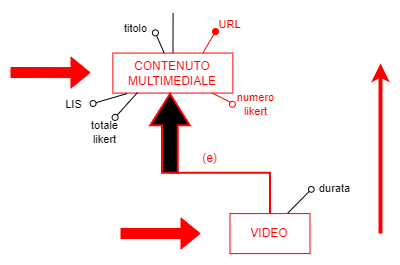
Earlier version of the draw.io export Progetto Esame - DBSperimentazioni A.A. 2023-2024/Immagini/ridondanze/2.3.1.1_schema1b.png (Mattron2000/Basi_di_dati). Source tidied: cells renumbered, new cells last; positions are measured from the earlier drawing's top-left corner, leaving out a move shared by most shapes. Its diagram source:
```xml
<mxGraphModel background="#FFFFFF">
  <root>
    <mxCell id="0" />
    <mxCell id="1" parent="0" />
    <mxCell id="2" style="edgeStyle=none;html=1;endArrow=none;endFill=0;" parent="1" edge="1" target="3">
      <mxGeometry x="-0.48" y="20" relative="1" as="geometry">
        <mxPoint x="162.6" y="2.5" as="sourcePoint" />
      </mxGeometry>
    </mxCell>
    <mxCell id="3" value="&lt;font color=&quot;#ff0000&quot;&gt;CONTENUTO&lt;br&gt;MULTIMEDIALE&lt;/font&gt;" style="rounded=0;whiteSpace=wrap;html=1;strokeColor=#FF0000;" parent="1" vertex="1">
      <mxGeometry x="102.4" y="42.6" width="120" height="40" as="geometry" />
    </mxCell>
    <mxCell id="4" style="endArrow=oval;html=1;fillStyle=auto;strokeWidth=1;startSize=6;endSize=6;fillColor=#000000;startArrow=none;startFill=0;endFill=0;strokeColor=#000000;" parent="1" edge="1" source="3">
      <mxGeometry relative="1" as="geometry">
        <mxPoint x="144.9" y="22.4" as="targetPoint" />
      </mxGeometry>
    </mxCell>
    <mxCell id="5" value="titolo" style="edgeLabel;html=1;align=center;verticalAlign=middle;" parent="4" vertex="1">
      <mxGeometry x="0.48" y="1" relative="1" as="geometry">
        <mxPoint x="-21" y="-10" as="offset" />
      </mxGeometry>
    </mxCell>
    <mxCell id="6" style="endArrow=oval;html=1;fillStyle=auto;strokeWidth=1;startSize=6;endSize=6;fillColor=#000000;startArrow=none;startFill=0;endFill=0;exitX=0.117;exitY=1.013;exitDx=0;exitDy=0;exitPerimeter=0;" parent="1" edge="1" source="3">
      <mxGeometry relative="1" as="geometry">
        <mxPoint x="82.6" y="93" as="targetPoint" />
      </mxGeometry>
    </mxCell>
    <mxCell id="7" value="LIS" style="edgeLabel;html=1;align=center;verticalAlign=middle;" parent="6" vertex="1">
      <mxGeometry x="0.48" y="1" relative="1" as="geometry">
        <mxPoint x="-29" y="2" as="offset" />
      </mxGeometry>
    </mxCell>
    <mxCell id="8" style="endArrow=none;html=1;fontSize=11;exitX=0.193;exitY=1.011;exitDx=0;exitDy=0;exitPerimeter=0;entryX=0;entryY=0;entryDx=0;entryDy=0;strokeColor=#FF0000;" parent="1" edge="1" target="9">
      <mxGeometry relative="1" as="geometry">
        <mxPoint x="201.8" y="82.6" as="sourcePoint" />
      </mxGeometry>
    </mxCell>
    <mxCell id="9" style="ellipse;whiteSpace=wrap;html=1;fontSize=11;strokeColor=#FF0000;" parent="1" vertex="1">
      <mxGeometry x="218.9" y="90.8" width="5.9" height="5.9" as="geometry" />
    </mxCell>
    <mxCell id="10" value="&lt;font color=&quot;#ff0000&quot;&gt;numero &lt;br&gt;likert&lt;/font&gt;" style="text;html=1;align=center;verticalAlign=middle;strokeColor=none;fillColor=none;fontSize=11;" parent="1" vertex="1">
      <mxGeometry x="214.6" y="73.8" width="60" height="40" as="geometry" />
    </mxCell>
    <mxCell id="11" style="edgeStyle=elbowEdgeStyle;elbow=vertical;html=1;exitX=0.5;exitY=1;exitDx=0;exitDy=0;entryX=0.5;entryY=0;entryDx=0;entryDy=0;endArrow=none;endFill=0;rounded=0;jumpStyle=arc;strokeColor=#FF0000;strokeWidth=2;" parent="1" edge="1" target="12">
      <mxGeometry relative="1" as="geometry">
        <mxPoint x="159.5" y="82.6" as="sourcePoint" />
        <Array as="points">
          <mxPoint x="210" y="162.3" />
        </Array>
      </mxGeometry>
    </mxCell>
    <mxCell id="12" value="&lt;font color=&quot;#ff0000&quot;&gt;VIDEO&lt;/font&gt;" style="whiteSpace=wrap;html=1;strokeColor=#FF0000;" parent="1" vertex="1">
      <mxGeometry x="219.5" y="203.1" width="80" height="40" as="geometry" />
    </mxCell>
    <mxCell id="13" style="shape=singleArrow;whiteSpace=wrap;html=1;arrowWidth=0.4;arrowSize=0.4;rotation=-90;fillColor=#000000;strokeColor=#FF0000;strokeWidth=2;" parent="1" vertex="1">
      <mxGeometry x="120" y="103.1" width="78.9" height="39.3" as="geometry" />
    </mxCell>
    <mxCell id="14" value="&lt;font color=&quot;#ff0000&quot;&gt;(e)&lt;/font&gt;" style="text;html=1;align=center;verticalAlign=middle;strokeColor=none;fillColor=none;" parent="1" vertex="1">
      <mxGeometry x="179.5" y="132.6" width="40" height="30" as="geometry" />
    </mxCell>
    <mxCell id="15" style="endArrow=none;html=1;strokeColor=#000000;entryX=0;entryY=1;entryDx=0;entryDy=0;" parent="1" edge="1" target="16">
      <mxGeometry relative="1" as="geometry">
        <mxPoint x="277.3" y="202.6" as="sourcePoint" />
      </mxGeometry>
    </mxCell>
    <mxCell id="16" style="ellipse;whiteSpace=wrap;html=1;strokeColor=#000000;" parent="1" vertex="1">
      <mxGeometry x="297.9" y="176" width="5.7" height="5.7" as="geometry" />
    </mxCell>
    <mxCell id="17" value="&lt;font style=&quot;font-size: 11px;&quot;&gt;durata&lt;/font&gt;" style="text;html=1;align=center;verticalAlign=middle;strokeColor=none;fillColor=none;" parent="1" vertex="1">
      <mxGeometry x="299.5" y="162.6" width="50" height="30" as="geometry" />
    </mxCell>
    <mxCell id="18" style="shape=flexArrow;endArrow=classic;html=1;strokeColor=#FF0000;fontColor=#FF0000;fillColor=#FF0000;" parent="1" edge="1">
      <mxGeometry relative="1" as="geometry">
        <mxPoint y="62" as="sourcePoint" />
        <mxPoint x="80" y="62.2" as="targetPoint" />
      </mxGeometry>
    </mxCell>
    <mxCell id="19" style="shape=flexArrow;endArrow=classic;html=1;strokeColor=#FF0000;fontColor=#FF0000;fillColor=#FF0000;" parent="1" edge="1">
      <mxGeometry relative="1" as="geometry">
        <mxPoint x="110" y="223" as="sourcePoint" />
        <mxPoint x="190" y="223" as="targetPoint" />
      </mxGeometry>
    </mxCell>
    <mxCell id="20" style="endArrow=classic;html=1;strokeColor=#FF0000;fontColor=#FF0000;fillColor=#FF0000;strokeWidth=4;" parent="1" edge="1">
      <mxGeometry relative="1" as="geometry">
        <mxPoint x="370" y="223" as="sourcePoint" />
        <mxPoint x="370" y="53" as="targetPoint" />
      </mxGeometry>
    </mxCell>
    <mxCell id="21" value="&lt;font color=&quot;#ff0000&quot; style=&quot;font-size: 11px;&quot;&gt;URL&lt;/font&gt;" style="text;html=1;align=center;verticalAlign=middle;strokeColor=none;fillColor=none;" parent="1" vertex="1">
      <mxGeometry x="198.9" width="40" height="27" as="geometry" />
    </mxCell>
    <mxCell id="22" style="endArrow=oval;html=1;fillStyle=auto;strokeWidth=1;startSize=6;endSize=6;fillColor=#000000;startArrow=none;startFill=0;endFill=0;fontSize=11;" parent="1" edge="1">
      <mxGeometry relative="1" as="geometry">
        <mxPoint x="127" y="82" as="sourcePoint" />
        <mxPoint x="104.6" y="106.9" as="targetPoint" />
      </mxGeometry>
    </mxCell>
    <mxCell id="23" value="totale&lt;br&gt;likert" style="text;html=1;align=center;verticalAlign=middle;strokeColor=none;fillColor=none;fontSize=11;" parent="1" vertex="1">
      <mxGeometry x="69" y="102.4" width="50" height="40" as="geometry" />
    </mxCell>
    <mxCell id="24" style="endArrow=oval;html=1;fillStyle=auto;strokeWidth=1;startSize=6;endSize=6;fillColor=#000000;startArrow=none;startFill=0;endFill=1;fontColor=#FF0000;strokeColor=#FF0000;exitX=0.75;exitY=0;exitDx=0;exitDy=0;" parent="1" edge="1" source="3">
      <mxGeometry relative="1" as="geometry">
        <mxPoint x="205" y="21" as="targetPoint" />
      </mxGeometry>
    </mxCell>
  </root>
</mxGraphModel>
```
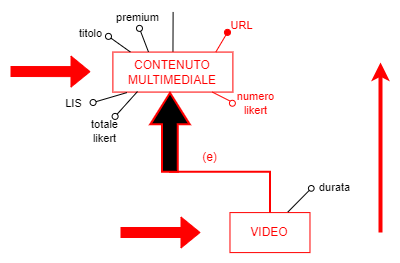
The same diagram one commit later.

Diff of the diagram source:
```diff
@@ -10,16 +10,6 @@
     <mxCell id="3" value="&lt;font color=&quot;#ff0000&quot;&gt;CONTENUTO&lt;br&gt;MULTIMEDIALE&lt;/font&gt;" style="rounded=0;whiteSpace=wrap;html=1;strokeColor=#FF0000;" parent="1" vertex="1">
       <mxGeometry x="102.4" y="42.6" width="120" height="40" as="geometry" />
     </mxCell>
-    <mxCell id="4" style="endArrow=oval;html=1;fillStyle=auto;strokeWidth=1;startSize=6;endSize=6;fillColor=#000000;startArrow=none;startFill=0;endFill=0;strokeColor=#000000;" parent="1" edge="1" source="3">
-      <mxGeometry relative="1" as="geometry">
-        <mxPoint x="144.9" y="22.4" as="targetPoint" />
-      </mxGeometry>
-    </mxCell>
-    <mxCell id="5" value="titolo" style="edgeLabel;html=1;align=center;verticalAlign=middle;" parent="4" vertex="1">
-      <mxGeometry x="0.48" y="1" relative="1" as="geometry">
-        <mxPoint x="-21" y="-10" as="offset" />
-      </mxGeometry>
-    </mxCell>
     <mxCell id="6" style="endArrow=oval;html=1;fillStyle=auto;strokeWidth=1;startSize=6;endSize=6;fillColor=#000000;startArrow=none;startFill=0;endFill=0;exitX=0.117;exitY=1.013;exitDx=0;exitDy=0;exitPerimeter=0;" parent="1" edge="1" source="3">
       <mxGeometry relative="1" as="geometry">
         <mxPoint x="82.6" y="93" as="targetPoint" />
@@ -87,9 +77,6 @@
         <mxPoint x="370" y="53" as="targetPoint" />
       </mxGeometry>
     </mxCell>
-    <mxCell id="21" value="&lt;font color=&quot;#ff0000&quot; style=&quot;font-size: 11px;&quot;&gt;URL&lt;/font&gt;" style="text;html=1;align=center;verticalAlign=middle;strokeColor=none;fillColor=none;" parent="1" vertex="1">
-      <mxGeometry x="198.9" width="40" height="27" as="geometry" />
-    </mxCell>
     <mxCell id="22" style="endArrow=oval;html=1;fillStyle=auto;strokeWidth=1;startSize=6;endSize=6;fillColor=#000000;startArrow=none;startFill=0;endFill=0;fontSize=11;" parent="1" edge="1">
       <mxGeometry relative="1" as="geometry">
         <mxPoint x="127" y="82" as="sourcePoint" />
@@ -99,10 +86,36 @@
     <mxCell id="23" value="totale&lt;br&gt;likert" style="text;html=1;align=center;verticalAlign=middle;strokeColor=none;fillColor=none;fontSize=11;" parent="1" vertex="1">
       <mxGeometry x="69" y="102.4" width="50" height="40" as="geometry" />
     </mxCell>
-    <mxCell id="24" style="endArrow=oval;html=1;fillStyle=auto;strokeWidth=1;startSize=6;endSize=6;fillColor=#000000;startArrow=none;startFill=0;endFill=1;fontColor=#FF0000;strokeColor=#FF0000;exitX=0.75;exitY=0;exitDx=0;exitDy=0;" parent="1" edge="1" source="3">
-      <mxGeometry relative="1" as="geometry">
-        <mxPoint x="205" y="21" as="targetPoint" />
-      </mxGeometry>
-    </mxCell>
+    <mxCell id="25" style="endArrow=oval;html=1;fillStyle=auto;strokeWidth=1;startSize=6;endSize=6;fillColor=#000000;startArrow=none;startFill=0;endFill=0;exitX=0.109;exitY=0.001;exitDx=0;exitDy=0;exitPerimeter=0;" parent="1" edge="1">
+      <mxGeometry relative="1" as="geometry">
+        <mxPoint x="119.9" y="42.5" as="sourcePoint" />
+        <mxPoint x="98" y="26.9" as="targetPoint" />
+      </mxGeometry>
+    </mxCell>
+    <mxCell id="5" value="titolo" style="edgeLabel;html=1;align=center;verticalAlign=middle;" parent="25" vertex="1">
+      <mxGeometry x="0.48" y="1" relative="1" as="geometry">
+        <mxPoint x="-23" y="-8" as="offset" />
+      </mxGeometry>
+    </mxCell>
+    <mxCell id="26" style="edgeStyle=none;shape=connector;rounded=1;fillStyle=auto;html=1;labelBackgroundColor=default;strokeColor=default;strokeWidth=1;fontFamily=Helvetica;fontSize=11;fontColor=default;endArrow=none;endFill=0;startSize=6;endSize=6;fillColor=#000000;startArrow=oval;startFill=0;" parent="1" edge="1">
+      <mxGeometry relative="1" as="geometry">
+        <mxPoint x="129" y="18.9" as="sourcePoint" />
+        <mxPoint x="138" y="42.5" as="targetPoint" />
+      </mxGeometry>
+    </mxCell>
+    <mxCell id="27" value="premium" style="edgeLabel;html=1;align=center;verticalAlign=middle;fontSize=11;fontFamily=Helvetica;fontColor=default;" parent="26" vertex="1">
+      <mxGeometry x="-0.26" y="1" relative="1" as="geometry">
+        <mxPoint x="-7" y="-20" as="offset" />
+      </mxGeometry>
+    </mxCell>
+    <mxCell id="21" value="&lt;font color=&quot;#ff0000&quot; style=&quot;font-size: 11px;&quot;&gt;URL&lt;/font&gt;" style="text;html=1;align=center;verticalAlign=middle;strokeColor=none;fillColor=none;" parent="1" vertex="1">
+      <mxGeometry x="206.4" y="1.4" width="50" height="30" as="geometry" />
+    </mxCell>
+    <mxCell id="28" style="endArrow=oval;html=1;fillStyle=auto;strokeWidth=1;startSize=6;endSize=6;fillColor=#000000;startArrow=none;startFill=0;endFill=1;exitX=0.821;exitY=0.003;exitDx=0;exitDy=0;exitPerimeter=0;strokeColor=#FF0000;" parent="1" edge="1">
+      <mxGeometry relative="1" as="geometry">
+        <mxPoint x="205.3" y="42.6" as="sourcePoint" />
+        <mxPoint x="217" y="22.9" as="targetPoint" />
+      </mxGeometry>
+    </mxCell>
   </root>
 </mxGraphModel>
```
